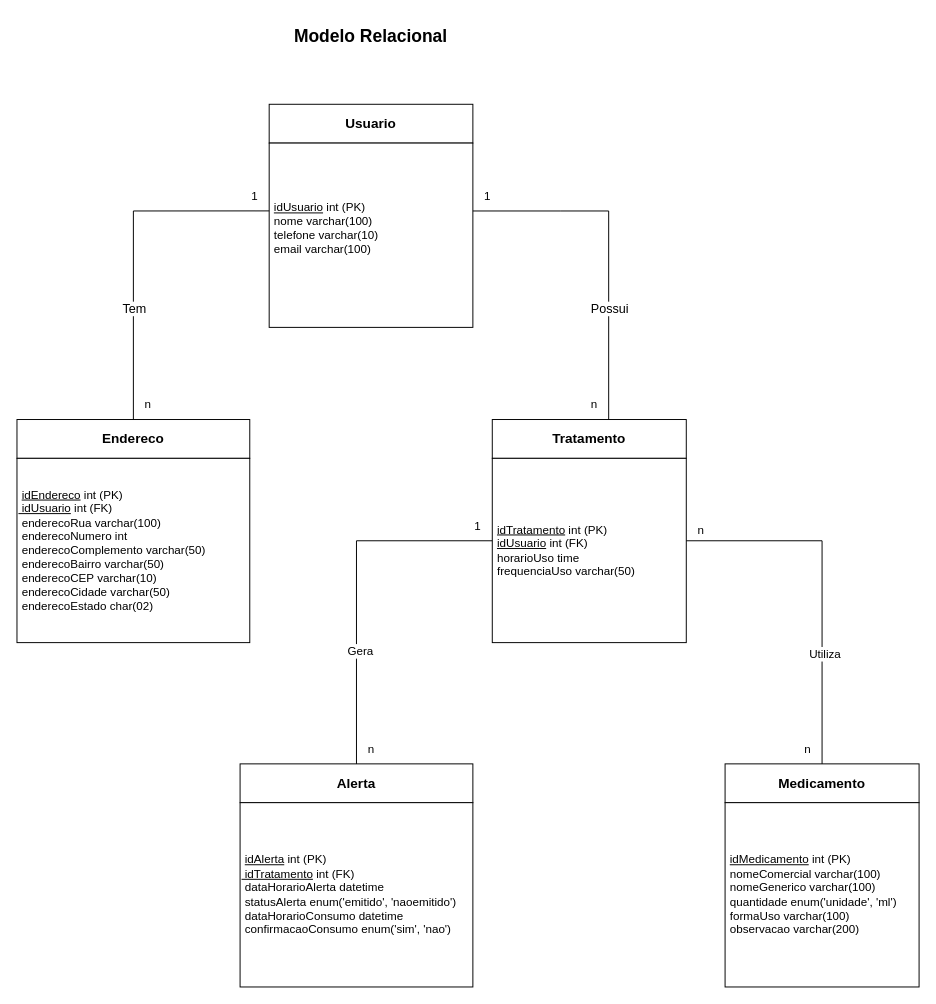
The draw.io diagram docs/project/diagrams/MR - MedAlerta.drawio in m9rin/bootcamp_uninter_time5, before the edit. Source tidied: cells renumbered, new cells numbered last; positions are measured from the earlier drawing's top-left corner, leaving out a move shared by most shapes. Both pictures are drawn from the tidied source at 97%, with x=0, y=0 at pixel (16, 16).
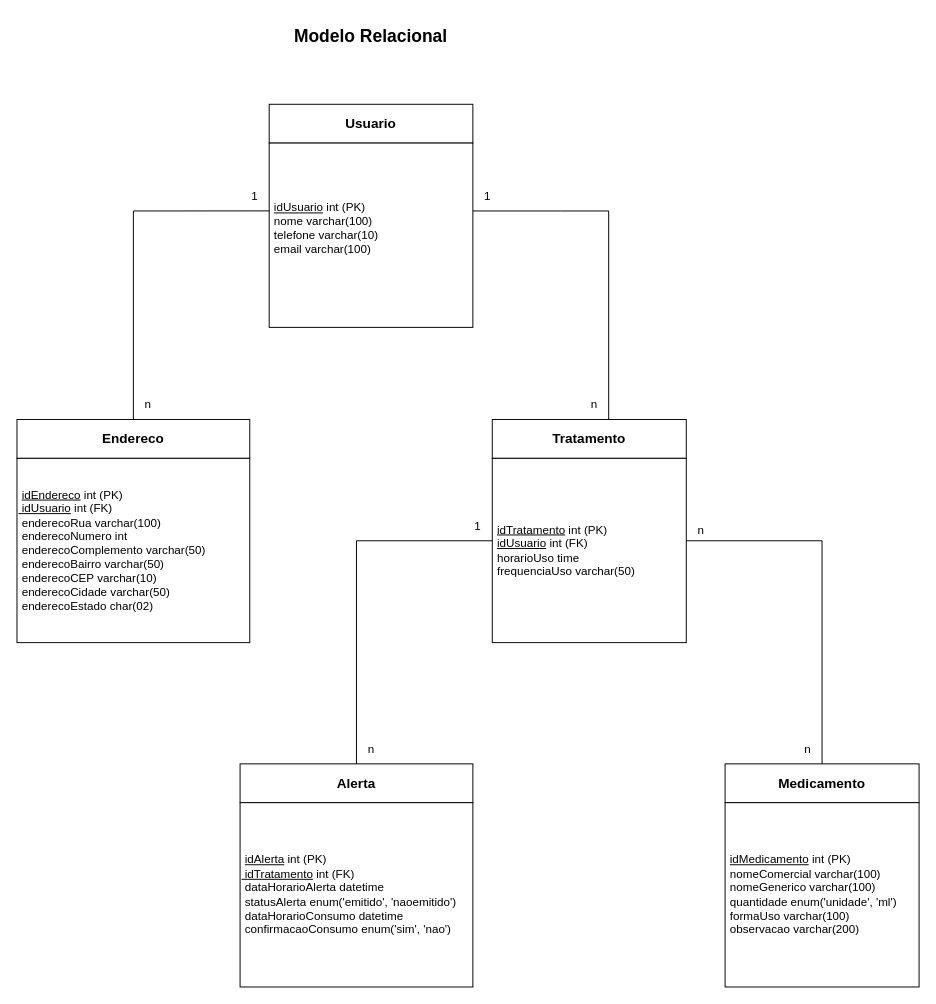
The same diagram, later.

Commit message (it also covers changes not shown here):
correção MR e retirada do MR.png

Unchanged cells that the change refers to:
```xml
<mxCell id="14" style="endArrow=none;html=1;rounded=0;" parent="1" edge="1">
  <mxGeometry relative="1" as="geometry">
    <mxPoint x="120" y="415" as="sourcePoint" />
    <mxPoint x="120" y="200" as="targetPoint" />
  </mxGeometry>
</mxCell>
<mxCell id="20" style="endArrow=none;html=1;rounded=0;" parent="1" edge="1">
  <mxGeometry relative="1" as="geometry">
    <mxPoint x="610" y="415" as="sourcePoint" />
    <mxPoint x="610" y="200" as="targetPoint" />
  </mxGeometry>
</mxCell>
<mxCell id="22" style="endArrow=none;html=1;rounded=0;" parent="1" edge="1">
  <mxGeometry relative="1" as="geometry">
    <mxPoint x="350" y="770" as="sourcePoint" />
    <mxPoint x="350" y="540" as="targetPoint" />
  </mxGeometry>
</mxCell>
<mxCell id="26" style="endArrow=none;html=1;rounded=0;" parent="1" edge="1">
  <mxGeometry relative="1" as="geometry">
    <mxPoint x="830" y="770" as="sourcePoint" />
    <mxPoint x="830" y="540" as="targetPoint" />
  </mxGeometry>
</mxCell>
```

The edit, as a diff of the source:
```diff
@@
-    <mxCell id="15" value="Tem" style="edgeLabel;html=1;align=center;verticalAlign=middle;fontSize=13;" parent="14" vertex="1">
-      <mxGeometry x="0.53" y="1" relative="1" as="geometry">
-        <mxPoint x="1" y="49" as="offset" />
-      </mxGeometry>
-    </mxCell>
@@
-    <mxCell id="21" value="Possui" style="edgeLabel;html=1;align=center;verticalAlign=middle;fontSize=13;" parent="20" vertex="1">
-      <mxGeometry x="0.53" y="1" relative="1" as="geometry">
-        <mxPoint x="1" y="49" as="offset" />
-      </mxGeometry>
-    </mxCell>
@@
-    <mxCell id="23" value="&lt;font style=&quot;font-size: 12px;&quot;&gt;Gera&lt;/font&gt;" style="edgeLabel;html=1;align=center;verticalAlign=middle;" parent="22" vertex="1">
-      <mxGeometry x="0.02" y="-3" relative="1" as="geometry" />
-    </mxCell>
@@
-    <mxCell id="27" value="&lt;font style=&quot;font-size: 12px;&quot;&gt;Utiliza&lt;/font&gt;" style="edgeLabel;html=1;align=center;verticalAlign=middle;" parent="26" vertex="1">
-      <mxGeometry x="-0.01" y="-2" relative="1" as="geometry" />
-    </mxCell>
```
